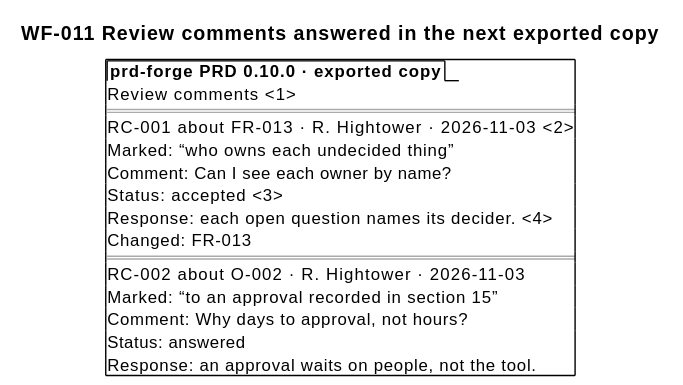
Earlier version of the PlantUML export docs/prd/prd-forge/diagrams/WF-011.svg (SpillwaveSolutions/prd-forge).
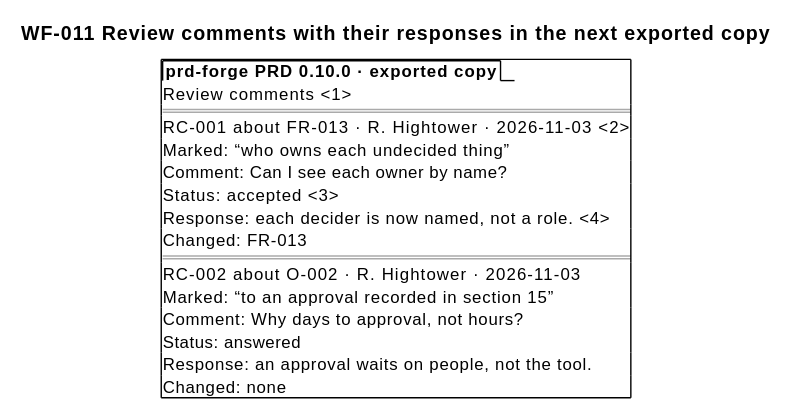
The same file after the commit.

Change to the diagram source:
```diff
@@ -1,5 +1,5 @@
 @startsalt
-title WF-011 Review comments answered in the next exported copy
+title WF-011 Review comments with their responses in the next exported copy
 {+
   {/ <b>prd-forge PRD 0.10.0 · exported copy</b> }
   Review comments <1>
@@ -8,7 +8,7 @@
   Marked: “who owns each undecided thing”
   Comment: Can I see each owner by name?
   Status: accepted <3>
-  Response: each open question names its decider. <4>
+  Response: each decider is now named, not a role. <4>
   Changed: FR-013
   ==
   RC-002 about O-002 · R. Hightower · 2026-11-03
@@ -16,5 +16,6 @@
   Comment: Why days to approval, not hours?
   Status: answered
   Response: an approval waits on people, not the tool.
+  Changed: none
 }
 @endsalt
```
